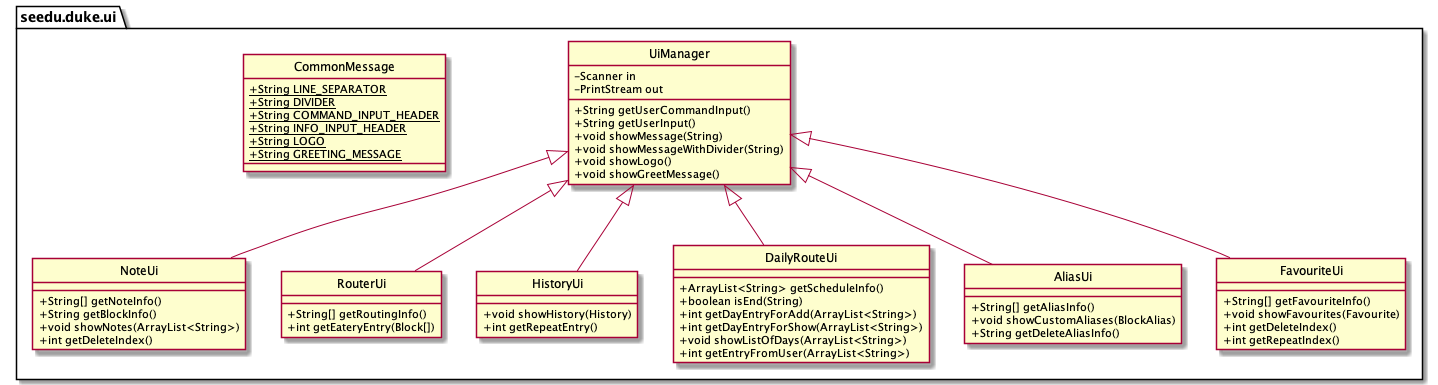
nus-cs2113-AY2021S2/tp keeps this PlantUML diagram as docs/images/ui_design.png. Above is the earlier version.
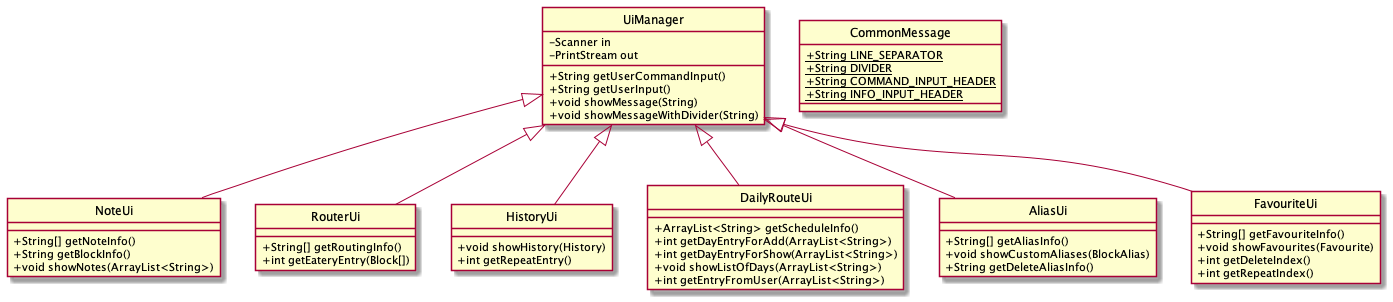
The same diagram one commit later.

Change to the diagram source:
```diff
@@ -2,52 +2,46 @@
 hide circle
 skinparam classAttributeIconSize 0
 
-class seedu.duke.ui.NoteUi {
+class NoteUi {
 + String[] getNoteInfo()
 + String getBlockInfo()
 + void showNotes(ArrayList<String>)
-+ int getDeleteIndex()
 }
-class seedu.duke.ui.RouterUi {
+class RouterUi {
 + String[] getRoutingInfo()
 + int getEateryEntry(Block[])
 }
-class seedu.duke.ui.UiManager {
+class UiManager {
 - Scanner in
 - PrintStream out
 + String getUserCommandInput()
 + String getUserInput()
 + void showMessage(String)
 + void showMessageWithDivider(String)
-+ void showLogo()
-+ void showGreetMessage()
 }
-class seedu.duke.ui.HistoryUi {
+class HistoryUi {
 + void showHistory(History)
 + int getRepeatEntry()
 }
-class seedu.duke.ui.CommonMessage {
+class CommonMessage {
 + {static} String LINE_SEPARATOR
 + {static} String DIVIDER
 + {static} String COMMAND_INPUT_HEADER
 + {static} String INFO_INPUT_HEADER
-+ {static} String LOGO
-+ {static} String GREETING_MESSAGE
 }
-class seedu.duke.ui.DailyRouteUi {
+class DailyRouteUi {
 + ArrayList<String> getScheduleInfo()
-+ boolean isEnd(String)
 + int getDayEntryForAdd(ArrayList<String>)
 + int getDayEntryForShow(ArrayList<String>)
 + void showListOfDays(ArrayList<String>)
 + int getEntryFromUser(ArrayList<String>)
 }
-class seedu.duke.ui.AliasUi {
+class AliasUi {
 + String[] getAliasInfo()
 + void showCustomAliases(BlockAlias)
 + String getDeleteAliasInfo()
 }
-class seedu.duke.ui.FavouriteUi {
+class FavouriteUi {
 + String[] getFavouriteInfo()
 + void showFavourites(Favourite)
 + int getDeleteIndex()
@@ -55,10 +49,10 @@
 }
 
 
-seedu.duke.ui.UiManager <|-- seedu.duke.ui.NoteUi
-seedu.duke.ui.UiManager <|-- seedu.duke.ui.RouterUi
-seedu.duke.ui.UiManager <|-- seedu.duke.ui.HistoryUi
-seedu.duke.ui.UiManager <|-- seedu.duke.ui.DailyRouteUi
-seedu.duke.ui.UiManager <|-- seedu.duke.ui.AliasUi
-seedu.duke.ui.UiManager <|-- seedu.duke.ui.FavouriteUi
+UiManager <|-- NoteUi
+UiManager <|-- RouterUi
+UiManager <|-- HistoryUi
+UiManager <|-- DailyRouteUi
+UiManager <|-- AliasUi
+UiManager <|-- FavouriteUi
 @enduml
```
